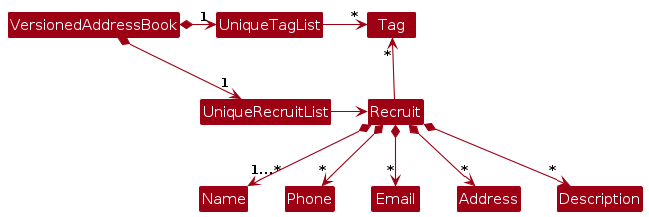
The PlantUML diagram diagrams/BetterModelClassDiagram.png in AY2526S1-CS2103T-F09-3/tp, before a commit. Its source is kept beside it as diagrams/BetterModelClassDiagram.puml.
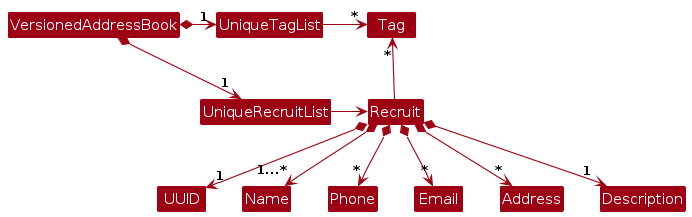
Above is the later version.

Change to the diagram source:
```diff
@@ -14,9 +14,10 @@
 
 Recruit -up-> "*" Tag
 
+Recruit *--> "1" UUID
 Recruit *--> "1...*" Name
 Recruit *--> "*" Phone
 Recruit *--> "*" Email
 Recruit *--> "*" Address
-Recruit *--> "*" Description
+Recruit *--> "1" Description
 @enduml
```
